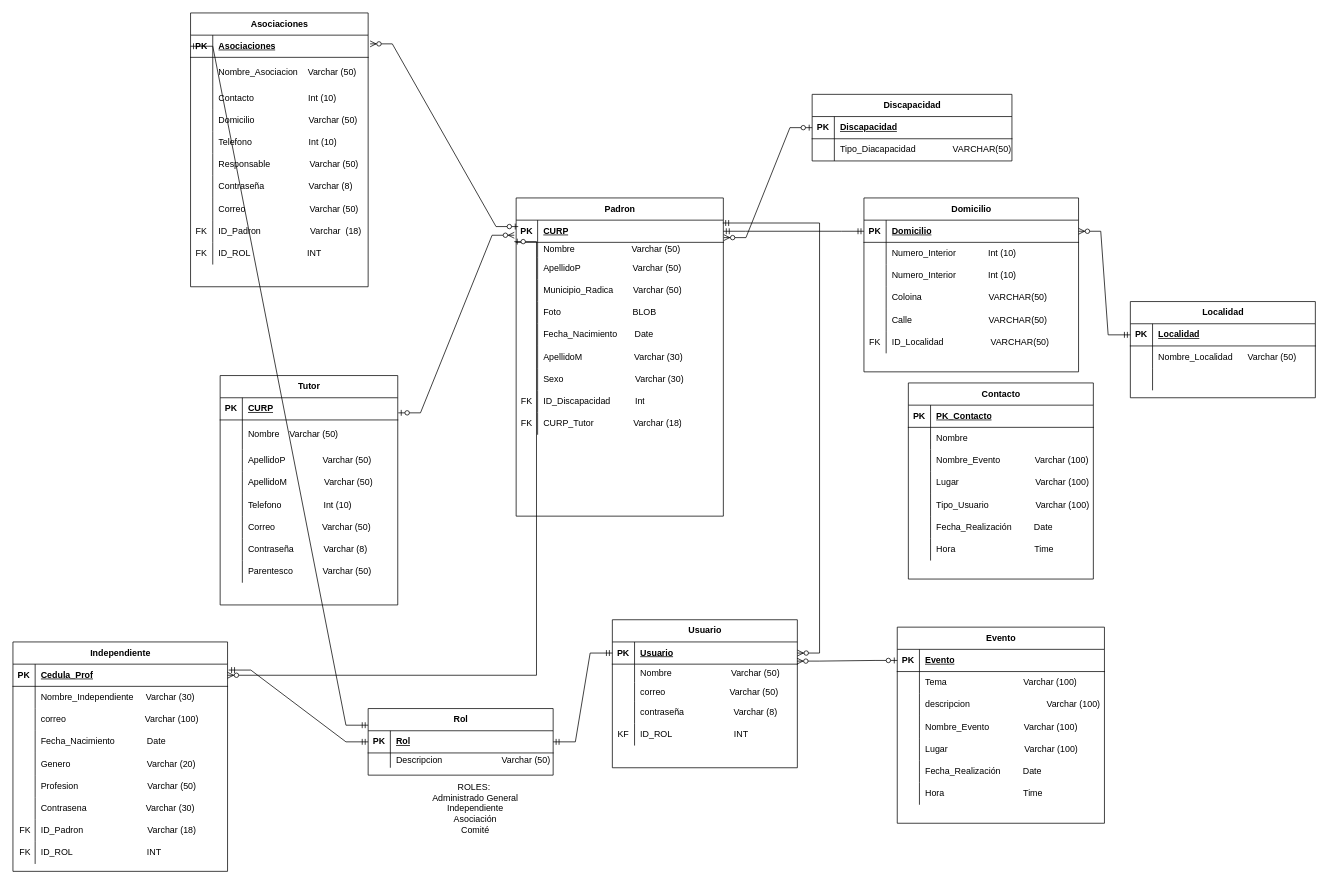
The draw.io diagram diccionario_de_datos.drawio in OSCARCH2002/diagramas, before the edit. Source tidied: cells renumbered, new cells numbered last; positions are measured from the earlier drawing's top-left corner, leaving out a move shared by most shapes. Both pictures are drawn from the tidied source at 74%, with x=0, y=0 at pixel (13, 13).
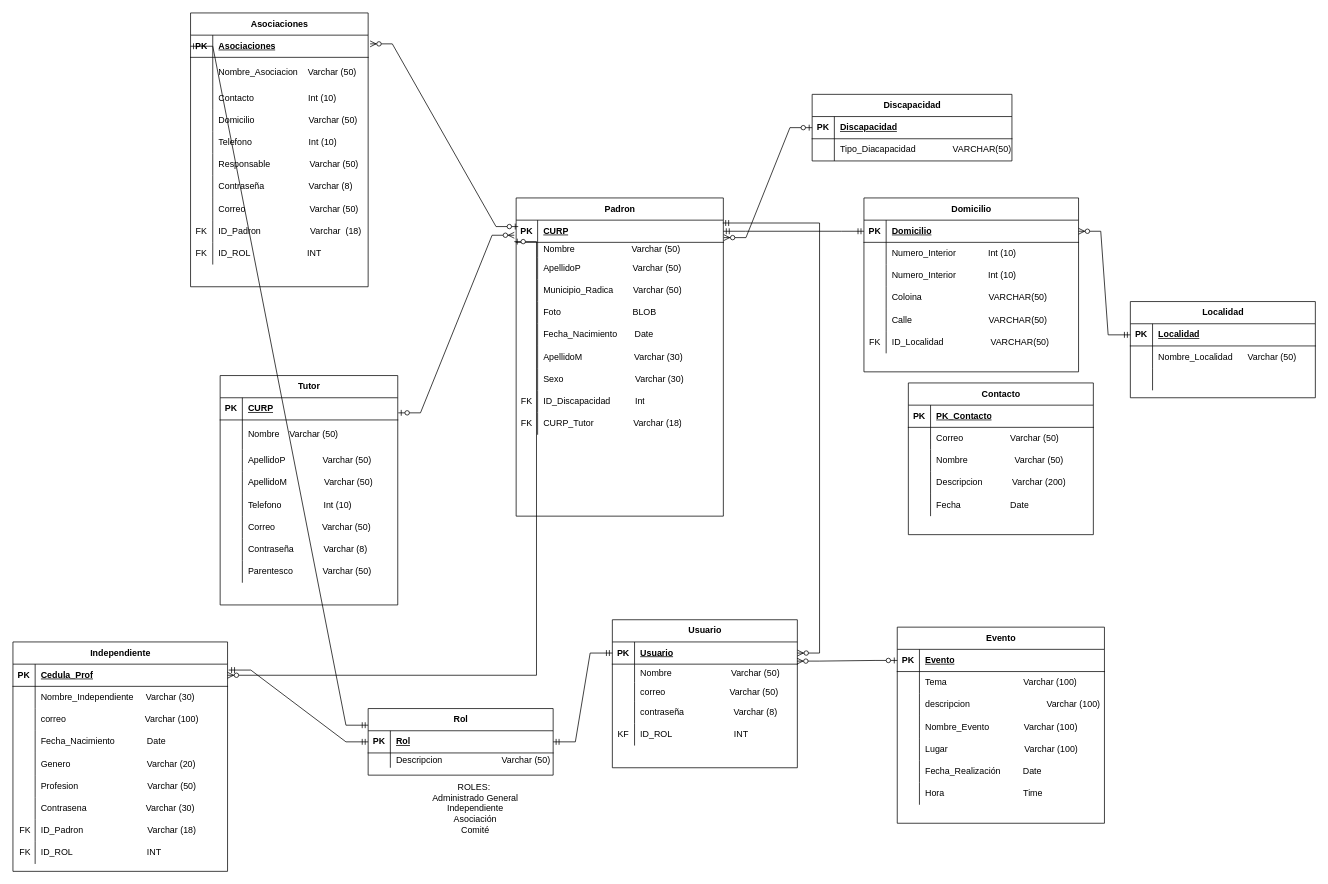
After the change.

The change refers to these unchanged cells:
```xml
<mxCell id="211" style="shape=tableRow;horizontal=0;startSize=0;swimlaneHead=0;swimlaneBody=0;fillColor=none;top=0;left=0;right=0;bottom=0;" parent="207" vertex="1">
  <mxGeometry y="60" width="250" height="30" as="geometry" />
</mxCell>
<mxCell id="214" style="shape=tableRow;horizontal=0;startSize=0;swimlaneHead=0;swimlaneBody=0;fillColor=none;top=0;left=0;right=0;bottom=0;" parent="207" vertex="1">
  <mxGeometry y="90" width="250" height="30" as="geometry" />
</mxCell>
<mxCell id="217" style="shape=tableRow;horizontal=0;startSize=0;swimlaneHead=0;swimlaneBody=0;fillColor=none;top=0;left=0;right=0;bottom=0;" parent="207" vertex="1">
  <mxGeometry y="120" width="250" height="30" as="geometry" />
</mxCell>
```

The edit, as a diff of the source:
```diff
@@
     <mxCell id="207" value="Contacto" style="shape=table;startSize=30;childLayout=tableLayout;rowLines=0;fontStyle=1;align=center;html=1;" parent="1" vertex="1">
-      <mxGeometry x="1210" y="500" width="250" height="265" as="geometry" />
+      <mxGeometry x="1210" y="500" width="250" height="205" as="geometry" />
     </mxCell>
@@
-    <mxCell id="213" value="Nombre&amp;nbsp; &amp;nbsp; &amp;nbsp; &amp;nbsp; &amp;nbsp; &amp;nbsp; &amp;nbsp; &amp;nbsp; &amp;nbsp; &amp;nbsp; &amp;nbsp; &amp;nbsp; &amp;nbsp; &amp;nbsp; &amp;nbsp;&amp;nbsp;" style="shape=partialRectangle;fillColor=none;top=0;left=0;bottom=0;right=0;align=left;spacingLeft=6;overflow=hidden;whiteSpace=wrap;html=1;" parent="211" vertex="1">
+    <mxCell id="213" value="Correo&amp;nbsp; &amp;nbsp; &amp;nbsp; &amp;nbsp; &amp;nbsp; &amp;nbsp; &amp;nbsp; &amp;nbsp; &amp;nbsp; &amp;nbsp;Varchar (50)" style="shape=partialRectangle;fillColor=none;top=0;left=0;bottom=0;right=0;align=left;spacingLeft=6;overflow=hidden;whiteSpace=wrap;html=1;" parent="211" vertex="1">
       <mxGeometry x="30" width="220" height="30" as="geometry" />
     </mxCell>
@@
-    <mxCell id="215" style="shape=partialRectangle;fillColor=none;top=0;left=0;bottom=0;right=0;overflow=hidden;whiteSpace=wrap;html=1;" parent="214" vertex="1">
-      <mxGeometry width="30" height="30" as="geometry" />
-    </mxCell>
-    <mxCell id="216" value="Nombre_Evento&amp;nbsp; &amp;nbsp; &amp;nbsp; &amp;nbsp; &amp;nbsp; &amp;nbsp; &amp;nbsp; Varchar (100)" style="shape=partialRectangle;fillColor=none;top=0;left=0;bottom=0;right=0;align=left;spacingLeft=6;overflow=hidden;whiteSpace=wrap;html=1;" parent="214" vertex="1">
-      <mxGeometry x="30" width="220" height="30" as="geometry" />
-    </mxCell>
+    <mxCell id="240" style="shape=partialRectangle;fillColor=none;top=0;left=0;bottom=0;right=0;overflow=hidden;whiteSpace=wrap;html=1;" parent="214" vertex="1">
+      <mxGeometry width="30" height="30" as="geometry" />
+    </mxCell>
+    <mxCell id="241" value="Nombre&amp;nbsp; &amp;nbsp; &amp;nbsp; &amp;nbsp; &amp;nbsp; &amp;nbsp; &amp;nbsp; &amp;nbsp; &amp;nbsp; &amp;nbsp;Varchar (50)" style="shape=partialRectangle;fillColor=none;top=0;left=0;bottom=0;right=0;align=left;spacingLeft=6;overflow=hidden;whiteSpace=wrap;html=1;" parent="214" vertex="1">
+      <mxGeometry x="30" width="220" height="30" as="geometry" />
+    </mxCell>
@@
-    <mxCell id="218" style="shape=partialRectangle;fillColor=none;top=0;left=0;bottom=0;right=0;overflow=hidden;whiteSpace=wrap;html=1;" parent="217" vertex="1">
-      <mxGeometry width="30" height="30" as="geometry" />
-    </mxCell>
-    <mxCell id="219" value="Lugar&amp;nbsp; &amp;nbsp; &amp;nbsp; &amp;nbsp; &amp;nbsp; &amp;nbsp; &amp;nbsp; &amp;nbsp; &amp;nbsp; &amp;nbsp; &amp;nbsp; &amp;nbsp; &amp;nbsp; &amp;nbsp; &amp;nbsp; &amp;nbsp;Varchar (100)" style="shape=partialRectangle;fillColor=none;top=0;left=0;bottom=0;right=0;align=left;spacingLeft=6;overflow=hidden;whiteSpace=wrap;html=1;" parent="217" vertex="1">
-      <mxGeometry x="30" width="220" height="30" as="geometry" />
-    </mxCell>
-    <mxCell id="220" style="shape=tableRow;horizontal=0;startSize=0;swimlaneHead=0;swimlaneBody=0;fillColor=none;top=0;left=0;right=0;bottom=0;" parent="207" vertex="1">
-      <mxGeometry y="150" width="250" height="30" as="geometry" />
-    </mxCell>
-    <mxCell id="221" style="shape=partialRectangle;fillColor=none;top=0;left=0;bottom=0;right=0;overflow=hidden;whiteSpace=wrap;html=1;" parent="220" vertex="1">
-      <mxGeometry width="30" height="30" as="geometry" />
-    </mxCell>
-    <mxCell id="222" value="Tipo_Usuario&amp;nbsp; &amp;nbsp; &amp;nbsp; &amp;nbsp; &amp;nbsp; &amp;nbsp; &amp;nbsp; &amp;nbsp; &amp;nbsp; &amp;nbsp;Varchar (100)" style="shape=partialRectangle;fillColor=none;top=0;left=0;bottom=0;right=0;align=left;spacingLeft=6;overflow=hidden;whiteSpace=wrap;html=1;" parent="220" vertex="1">
-      <mxGeometry x="30" width="220" height="30" as="geometry" />
-    </mxCell>
-    <mxCell id="223" style="shape=tableRow;horizontal=0;startSize=0;swimlaneHead=0;swimlaneBody=0;fillColor=none;top=0;left=0;right=0;bottom=0;" parent="207" vertex="1">
-      <mxGeometry y="180" width="250" height="30" as="geometry" />
-    </mxCell>
-    <mxCell id="224" style="shape=partialRectangle;fillColor=none;top=0;left=0;bottom=0;right=0;overflow=hidden;whiteSpace=wrap;html=1;" parent="223" vertex="1">
-      <mxGeometry width="30" height="30" as="geometry" />
-    </mxCell>
-    <mxCell id="225" value="Fecha_Realización&amp;nbsp; &amp;nbsp; &amp;nbsp; &amp;nbsp; &amp;nbsp;Date" style="shape=partialRectangle;fillColor=none;top=0;left=0;bottom=0;right=0;align=left;spacingLeft=6;overflow=hidden;whiteSpace=wrap;html=1;" parent="223" vertex="1">
-      <mxGeometry x="30" width="220" height="30" as="geometry" />
-    </mxCell>
+    <mxCell id="242" style="shape=partialRectangle;fillColor=none;top=0;left=0;bottom=0;right=0;overflow=hidden;whiteSpace=wrap;html=1;" parent="217" vertex="1">
+      <mxGeometry width="30" height="30" as="geometry" />
+    </mxCell>
+    <mxCell id="243" value="Descripcion&amp;nbsp; &amp;nbsp; &amp;nbsp; &amp;nbsp; &amp;nbsp; &amp;nbsp; Varchar (200)" style="shape=partialRectangle;fillColor=none;top=0;left=0;bottom=0;right=0;align=left;spacingLeft=6;overflow=hidden;whiteSpace=wrap;html=1;" parent="217" vertex="1">
+      <mxGeometry x="30" width="220" height="30" as="geometry" />
+    </mxCell>
     <mxCell id="226" style="shape=tableRow;horizontal=0;startSize=0;swimlaneHead=0;swimlaneBody=0;fillColor=none;top=0;left=0;right=0;bottom=0;" parent="207" vertex="1">
-      <mxGeometry y="210" width="250" height="30" as="geometry" />
+      <mxGeometry y="150" width="250" height="30" as="geometry" />
     </mxCell>
@@
-    <mxCell id="228" value="Hora&amp;nbsp; &amp;nbsp; &amp;nbsp; &amp;nbsp; &amp;nbsp; &amp;nbsp; &amp;nbsp; &amp;nbsp; &amp;nbsp; &amp;nbsp; &amp;nbsp; &amp;nbsp; &amp;nbsp; &amp;nbsp; &amp;nbsp; &amp;nbsp; Time" style="shape=partialRectangle;fillColor=none;top=0;left=0;bottom=0;right=0;align=left;spacingLeft=6;overflow=hidden;whiteSpace=wrap;html=1;" parent="226" vertex="1">
+    <mxCell id="228" value="Fecha&amp;nbsp; &amp;nbsp; &amp;nbsp; &amp;nbsp; &amp;nbsp; &amp;nbsp; &amp;nbsp; &amp;nbsp; &amp;nbsp; &amp;nbsp; Date" style="shape=partialRectangle;fillColor=none;top=0;left=0;bottom=0;right=0;align=left;spacingLeft=6;overflow=hidden;whiteSpace=wrap;html=1;" parent="226" vertex="1">
       <mxGeometry x="30" width="220" height="30" as="geometry" />
     </mxCell>
```
